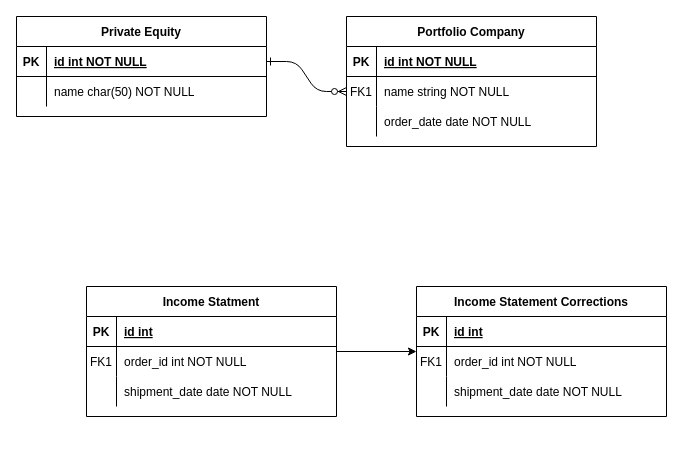
This is EdgePRPODataRelationship.drawio from mattwatts36/drawings, a draw.io file, before an edit. Source tidied: cells renumbered, new cells numbered last; positions are measured from the earlier drawing's top-left corner, leaving out a move shared by most shapes. Both pictures are drawn from the tidied source at 100%, with x=0, y=0 at pixel (16, 16).
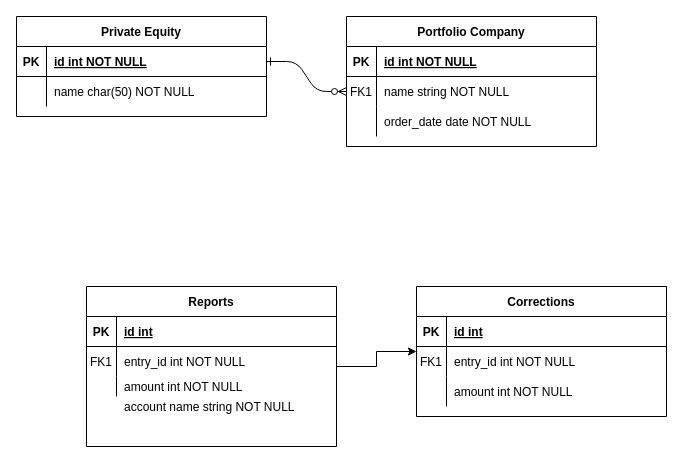
After the change.

The change refers to these unchanged cells:
```xml
<mxCell id="18" style="shape=partialRectangle;fillColor=none;top=0;left=0;right=0;bottom=0;" parent="14" vertex="1">
  <mxGeometry y="60" width="250" height="30" as="geometry" />
</mxCell>
<mxCell id="35" style="shape=partialRectangle;fillColor=none;top=0;left=0;right=0;bottom=0;" parent="31" vertex="1">
  <mxGeometry y="60" width="250" height="30" as="geometry" />
</mxCell>
<mxCell id="38" style="shape=partialRectangle;fillColor=none;top=0;left=0;right=0;bottom=0;" parent="31" vertex="1">
  <mxGeometry y="90" width="250" height="30" as="geometry" />
</mxCell>
```

What changed in the source:
```diff
@@
-    <mxCell id="14" value="Income Statment" style="shape=table;startSize=30;childLayout=tableLayout;rowLines=0;fontStyle=1;align=center;" parent="1" vertex="1">
-      <mxGeometry x="70" y="270" width="250" height="130" as="geometry" />
+    <mxCell id="14" value="Reports" style="shape=table;startSize=30;childLayout=tableLayout;rowLines=0;fontStyle=1;align=center;" parent="1" vertex="1">
+      <mxGeometry x="70" y="270" width="250" height="160" as="geometry" />
     </mxCell>
@@
-    <mxCell id="20" value="order_id int NOT NULL" style="shape=partialRectangle;overflow=hidden;fillColor=none;top=0;left=0;bottom=0;right=0;align=left;spacingLeft=6;" parent="18" vertex="1">
+    <mxCell id="20" value="entry_id int NOT NULL" style="shape=partialRectangle;overflow=hidden;fillColor=none;top=0;left=0;bottom=0;right=0;align=left;spacingLeft=6;" parent="18" vertex="1">
       <mxGeometry x="30" width="220" height="30" as="geometry" />
     </mxCell>
     <mxCell id="21" style="shape=partialRectangle;fillColor=none;top=0;left=0;right=0;bottom=0;" parent="14" vertex="1">
-      <mxGeometry y="90" width="250" height="30" as="geometry" />
+      <mxGeometry y="90" width="250" height="20" as="geometry" />
     </mxCell>
     <mxCell id="22" style="shape=partialRectangle;overflow=hidden;fillColor=none;top=0;left=0;bottom=0;right=0;" parent="21" vertex="1">
-      <mxGeometry width="30" height="30" as="geometry" />
+      <mxGeometry width="30" height="20" as="geometry" />
     </mxCell>
-    <mxCell id="23" value="shipment_date date NOT NULL" style="shape=partialRectangle;overflow=hidden;fillColor=none;top=0;left=0;bottom=0;right=0;align=left;spacingLeft=6;" parent="21" vertex="1">
-      <mxGeometry x="30" width="220" height="30" as="geometry" />
+    <mxCell id="23" value="amount int NOT NULL" style="shape=partialRectangle;overflow=hidden;fillColor=none;top=0;left=0;bottom=0;right=0;align=left;spacingLeft=6;" parent="21" vertex="1">
+      <mxGeometry x="30" width="220" height="20" as="geometry" />
     </mxCell>
@@
-    <mxCell id="31" value="Income Statement Corrections" style="shape=table;startSize=30;childLayout=tableLayout;rowLines=0;fontStyle=1;align=center;" parent="1" vertex="1">
+    <mxCell id="31" value="Corrections" style="shape=table;startSize=30;childLayout=tableLayout;rowLines=0;fontStyle=1;align=center;" parent="1" vertex="1">
       <mxGeometry x="400" y="270" width="250" height="130" as="geometry" />
     </mxCell>
@@
-    <mxCell id="37" value="order_id int NOT NULL" style="shape=partialRectangle;overflow=hidden;fillColor=none;top=0;left=0;bottom=0;right=0;align=left;spacingLeft=6;" parent="35" vertex="1">
+    <mxCell id="37" value="entry_id int NOT NULL" style="shape=partialRectangle;overflow=hidden;fillColor=none;top=0;left=0;bottom=0;right=0;align=left;spacingLeft=6;" parent="35" vertex="1">
       <mxGeometry x="30" width="220" height="30" as="geometry" />
     </mxCell>
@@
-    <mxCell id="40" value="shipment_date date NOT NULL" style="shape=partialRectangle;overflow=hidden;fillColor=none;top=0;left=0;bottom=0;right=0;align=left;spacingLeft=6;" parent="38" vertex="1">
+    <mxCell id="40" value="amount int NOT NULL" style="shape=partialRectangle;overflow=hidden;fillColor=none;top=0;left=0;bottom=0;right=0;align=left;spacingLeft=6;" parent="38" vertex="1">
       <mxGeometry x="30" width="220" height="30" as="geometry" />
     </mxCell>
+    <mxCell id="41" value="account name string NOT NULL" style="shape=partialRectangle;overflow=hidden;fillColor=none;top=0;left=0;bottom=0;right=0;align=left;spacingLeft=6;" parent="1" vertex="1">
+      <mxGeometry x="100" y="380" width="220" height="20" as="geometry" />
+    </mxCell>
```
